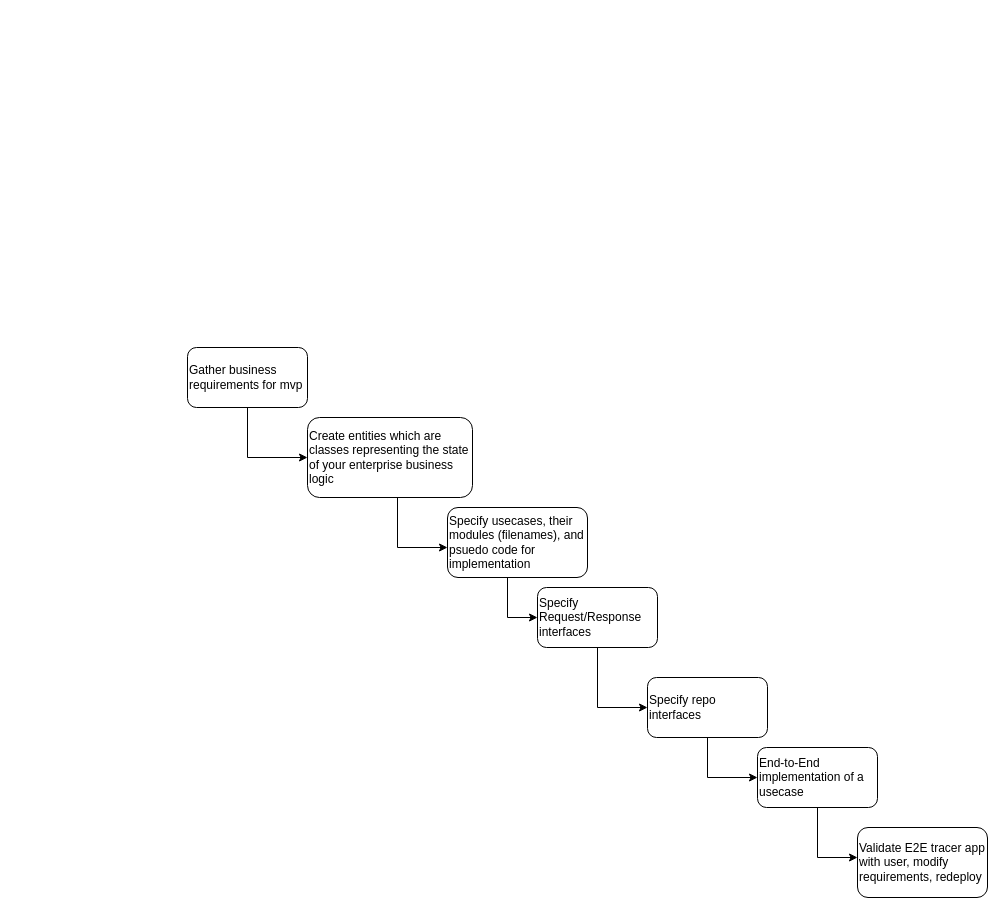
The draw.io diagram page "iterative_architecture_design" (1 of 2) of clean_architecture/software_design.drawio in rrigato/architecture, before the edit. Source tidied: cells renumbered, new cells numbered last; positions are measured from the earlier drawing's top-left corner, leaving out a move shared by most shapes. Both pictures are drawn from the tidied source at 100%, with x=0, y=0 at pixel (187, 347).
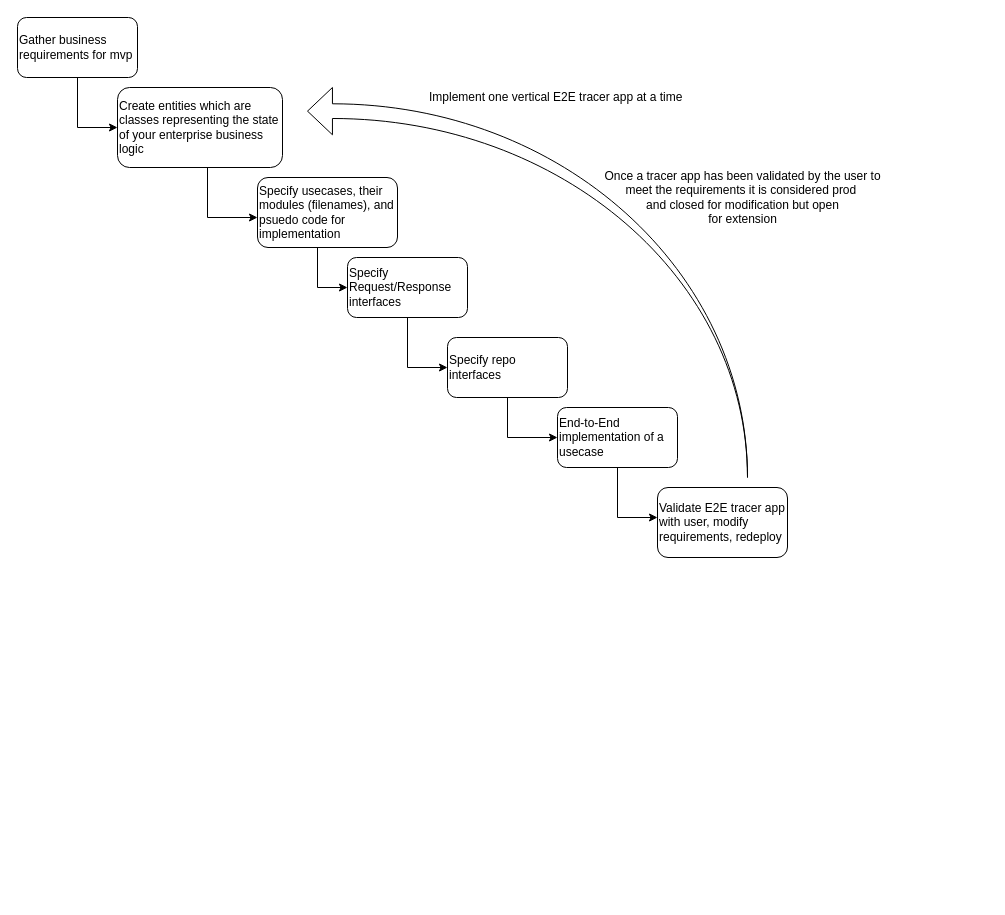
The same diagram, later.

Change to the diagram source:
```diff
@@
     <mxCell id="2" style="edgeStyle=orthogonalEdgeStyle;rounded=0;jettySize=auto;html=1;" parent="1" edge="1" source="3" target="4">
       <mxGeometry relative="1" as="geometry">
         <Array as="points">
-          <mxPoint x="60" y="110" />
+          <mxPoint x="-110" y="-220" />
         </Array>
       </mxGeometry>
     </mxCell>
     <mxCell id="3" value="Gather business requirements for mvp" style="rounded=1;whiteSpace=wrap;html=1;align=left;" parent="1" vertex="1">
-      <mxGeometry width="120" height="60" as="geometry" />
+      <mxGeometry x="-170" y="-330" width="120" height="60" as="geometry" />
     </mxCell>
     <mxCell id="4" value="Create entities which are classes representing the state of your enterprise business logic&amp;nbsp;" style="rounded=1;whiteSpace=wrap;html=1;align=left;" parent="1" vertex="1">
-      <mxGeometry x="120" y="70" width="165" height="80" as="geometry" />
+      <mxGeometry x="-70" y="-260" width="165" height="80" as="geometry" />
     </mxCell>
     <mxCell id="5" style="edgeStyle=orthogonalEdgeStyle;rounded=0;jettySize=auto;html=1;" parent="1" edge="1" target="8">
       <mxGeometry relative="1" as="geometry">
-        <mxPoint x="320" y="200" as="sourcePoint" />
+        <mxPoint x="130" y="-130" as="sourcePoint" />
         <Array as="points">
-          <mxPoint x="320" y="270" />
+          <mxPoint x="130" y="-60" />
         </Array>
       </mxGeometry>
     </mxCell>
     <mxCell id="6" value="Specify usecases, their modules (filenames), and psuedo code for implementation" style="whiteSpace=wrap;html=1;rounded=1;align=left;" parent="1" vertex="1">
-      <mxGeometry x="260" y="160" width="140" height="70" as="geometry" />
+      <mxGeometry x="70" y="-170" width="140" height="70" as="geometry" />
     </mxCell>
@@
     <mxCell id="8" value="Specify Request/Response interfaces" style="whiteSpace=wrap;html=1;rounded=1;align=left;" parent="1" vertex="1">
-      <mxGeometry x="350" y="240" width="120" height="60" as="geometry" />
+      <mxGeometry x="160" y="-90" width="120" height="60" as="geometry" />
     </mxCell>
@@
     <mxCell id="10" value="Specify repo interfaces" style="whiteSpace=wrap;html=1;rounded=1;align=left;" parent="1" vertex="1">
-      <mxGeometry x="460" y="330" width="120" height="60" as="geometry" />
+      <mxGeometry x="260" y="-10" width="120" height="60" as="geometry" />
     </mxCell>
     <mxCell id="11" style="edgeStyle=orthogonalEdgeStyle;rounded=0;jettySize=auto;html=1;" parent="1" edge="1" source="12" target="13">
       <mxGeometry relative="1" as="geometry">
         <Array as="points">
-          <mxPoint x="630" y="510" />
+          <mxPoint x="430" y="170" />
         </Array>
       </mxGeometry>
     </mxCell>
     <mxCell id="12" value="End-to-End implementation of a usecase" style="whiteSpace=wrap;html=1;rounded=1;align=left;" parent="1" vertex="1">
-      <mxGeometry x="570" y="400" width="120" height="60" as="geometry" />
+      <mxGeometry x="370" y="60" width="120" height="60" as="geometry" />
     </mxCell>
     <mxCell id="13" value="Validate E2E tracer app with user, modify requirements, redeploy" style="whiteSpace=wrap;html=1;rounded=1;align=left;" parent="1" vertex="1">
-      <mxGeometry x="670" y="480" width="130" height="70" as="geometry" />
+      <mxGeometry x="470" y="140" width="130" height="70" as="geometry" />
     </mxCell>
     <mxCell id="14" style="edgeStyle=orthogonalEdgeStyle;rounded=0;orthogonalLoop=1;jettySize=auto;html=1;entryX=0;entryY=0.5;entryDx=0;entryDy=0;" parent="1" edge="1">
       <mxGeometry relative="1" as="geometry">
-        <mxPoint x="210" y="150" as="sourcePoint" />
-        <mxPoint x="260" y="200" as="targetPoint" />
+        <mxPoint x="20" y="-180" as="sourcePoint" />
+        <mxPoint x="70" y="-130" as="targetPoint" />
         <Array as="points">
-          <mxPoint x="210.5" y="200" />
+          <mxPoint x="20.5" y="-130" />
         </Array>
       </mxGeometry>
     </mxCell>
+    <mxCell id="15" style="html=1;shadow=0;dashed=0;align=center;verticalAlign=middle;shape=mxgraph.arrows2.jumpInArrow;dy=7.35;dx=24.94;arrowHead=47.28;rotation=0;flipH=1;" parent="1" vertex="1">
+      <mxGeometry x="120" y="-260" width="440" height="390" as="geometry" />
+    </mxCell>
+    <mxCell id="16" value="Implement one vertical E2E tracer app at a time" style="text;html=1;align=left;verticalAlign=middle;" parent="1" vertex="1">
+      <mxGeometry x="240" y="-260" width="270" height="20" as="geometry" />
+    </mxCell>
+    <mxCell id="17" value="&lt;span style=&quot;text-align: left&quot;&gt;Once a tracer app has been validated by the user to&lt;/span&gt;&lt;br style=&quot;text-align: left&quot;&gt;&lt;span style=&quot;text-align: left&quot;&gt;meet the requirements it is considered prod&amp;nbsp;&lt;/span&gt;&lt;br style=&quot;text-align: left&quot;&gt;&lt;span style=&quot;text-align: left&quot;&gt;and closed for modification but open&lt;/span&gt;&lt;br style=&quot;text-align: left&quot;&gt;&lt;span style=&quot;text-align: left&quot;&gt;for extension&lt;/span&gt;" style="text;html=1;align=center;verticalAlign=middle;" parent="1" vertex="1">
+      <mxGeometry x="410" y="-180" width="290" height="60" as="geometry" />
+    </mxCell>
```
